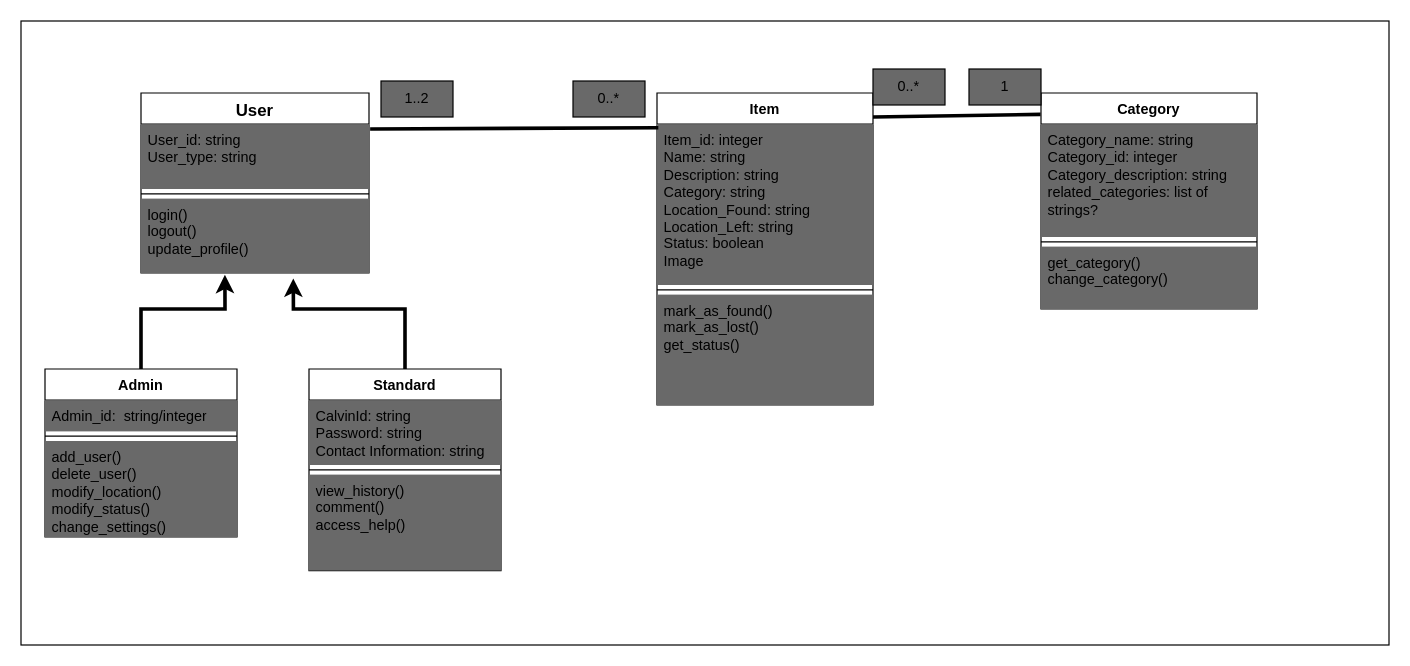
calvin-cs262-fall2023-teamA/project keeps this draw.io diagram as images/DomainModel.drawio. Above is the earlier version. Source tidied: cells renumbered, new cells numbered last; positions are measured from the earlier drawing's top-left corner, leaving out a move shared by most shapes. Both pictures are drawn from the tidied source at 120%, with x=0, y=0 at pixel (20, 20).
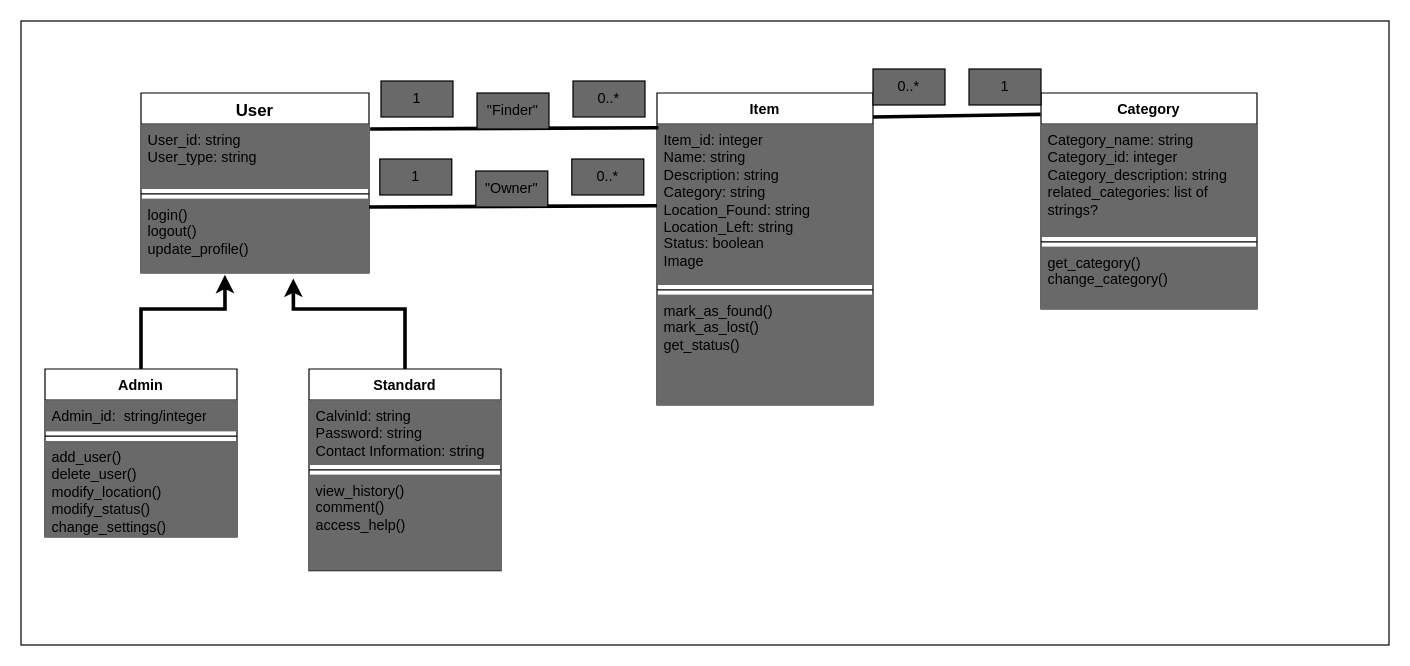
The same page after the edit.

Change to the diagram source:
```diff
@@
-    <mxCell id="30" value="1..2" style="text;html=1;strokeColor=#000000;fillColor=#696969;align=center;verticalAlign=middle;whiteSpace=wrap;rounded=0;" parent="1" vertex="1">
+    <mxCell id="30" value="1" style="text;html=1;strokeColor=#000000;fillColor=#696969;align=center;verticalAlign=middle;whiteSpace=wrap;rounded=0;" parent="1" vertex="1">
       <mxGeometry x="300" y="50" width="60" height="30" as="geometry" />
     </mxCell>
+    <mxCell id="31" value="&quot;Finder&quot;" style="text;html=1;strokeColor=#000000;fillColor=#696969;align=center;verticalAlign=middle;whiteSpace=wrap;rounded=0;" parent="1" vertex="1">
+      <mxGeometry x="380" y="60" width="60" height="30" as="geometry" />
+    </mxCell>
+    <mxCell id="32" style="endArrow=none;html=1;rounded=0;entryX=0.006;entryY=0.022;entryDx=0;entryDy=0;entryPerimeter=0;exitX=1.005;exitY=0.074;exitDx=0;exitDy=0;exitPerimeter=0;strokeWidth=3;" parent="1" edge="1">
+      <mxGeometry relative="1" as="geometry">
+        <mxPoint x="290" y="155" as="sourcePoint" />
+        <mxPoint x="530" y="154" as="targetPoint" />
+      </mxGeometry>
+    </mxCell>
+    <mxCell id="33" value="0..*" style="text;html=1;strokeColor=#000000;fillColor=#696969;align=center;verticalAlign=middle;whiteSpace=wrap;rounded=0;" parent="1" vertex="1">
+      <mxGeometry x="459" y="115" width="60" height="30" as="geometry" />
+    </mxCell>
+    <mxCell id="34" value="1" style="text;html=1;strokeColor=#000000;fillColor=#696969;align=center;verticalAlign=middle;whiteSpace=wrap;rounded=0;" parent="1" vertex="1">
+      <mxGeometry x="299" y="115" width="60" height="30" as="geometry" />
+    </mxCell>
+    <mxCell id="35" value="&quot;Owner&quot;" style="text;html=1;strokeColor=#000000;fillColor=#696969;align=center;verticalAlign=middle;whiteSpace=wrap;rounded=0;" parent="1" vertex="1">
+      <mxGeometry x="379" y="125" width="60" height="30" as="geometry" />
+    </mxCell>
```
